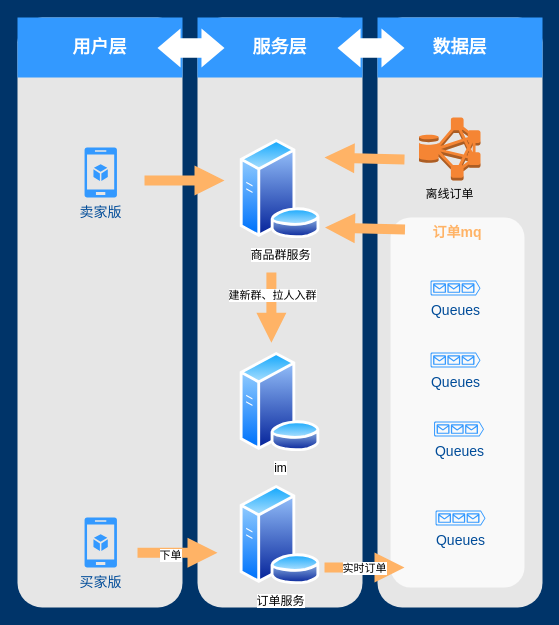
The draw.io diagram itemGroupArch.drawio in killermyth/Documents, before the edit. Source tidied: cells renumbered, new cells numbered last; positions are measured from the earlier drawing's top-left corner, leaving out a move shared by most shapes. Both pictures are drawn from the tidied source at 100%, with x=0, y=0 at pixel (17, 17).
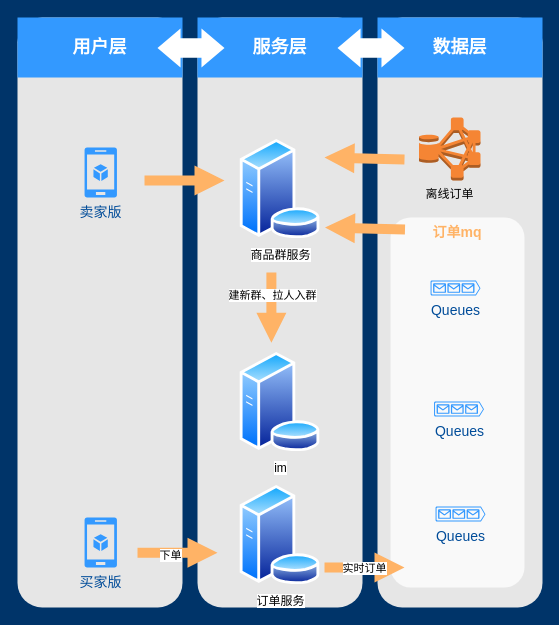
The same page after the edit.

The edit, as a diff of the source:
```diff
@@
     <mxCell id="22" value="Queues" style="verticalLabelPosition=bottom;html=1;verticalAlign=top;strokeColor=none;fillColor=#3399FF;shape=mxgraph.azure.queue_generic;dashed=1;fontFamily=Helvetica;fontSize=14;fontColor=#004C99;" parent="1" vertex="1">
-      <mxGeometry x="418" y="493" width="50" height="15" as="geometry" />
+      <mxGeometry x="418" y="489" width="50" height="15" as="geometry" />
     </mxCell>
     <mxCell id="23" value="Queues" style="verticalLabelPosition=bottom;html=1;verticalAlign=top;strokeColor=none;fillColor=#3399FF;shape=mxgraph.azure.queue_generic;dashed=1;fontFamily=Helvetica;fontSize=14;fontColor=#004C99;" parent="1" vertex="1">
-      <mxGeometry x="416.5" y="404" width="50" height="15" as="geometry" />
+      <mxGeometry x="416.5" y="384" width="50" height="15" as="geometry" />
     </mxCell>
-    <mxCell id="24" value="Queues" style="verticalLabelPosition=bottom;html=1;verticalAlign=top;strokeColor=none;fillColor=#3399FF;shape=mxgraph.azure.queue_generic;dashed=1;fontFamily=Helvetica;fontSize=14;fontColor=#004C99;" parent="1" vertex="1">
-      <mxGeometry x="413" y="335" width="50" height="15" as="geometry" />
-    </mxCell>
```
